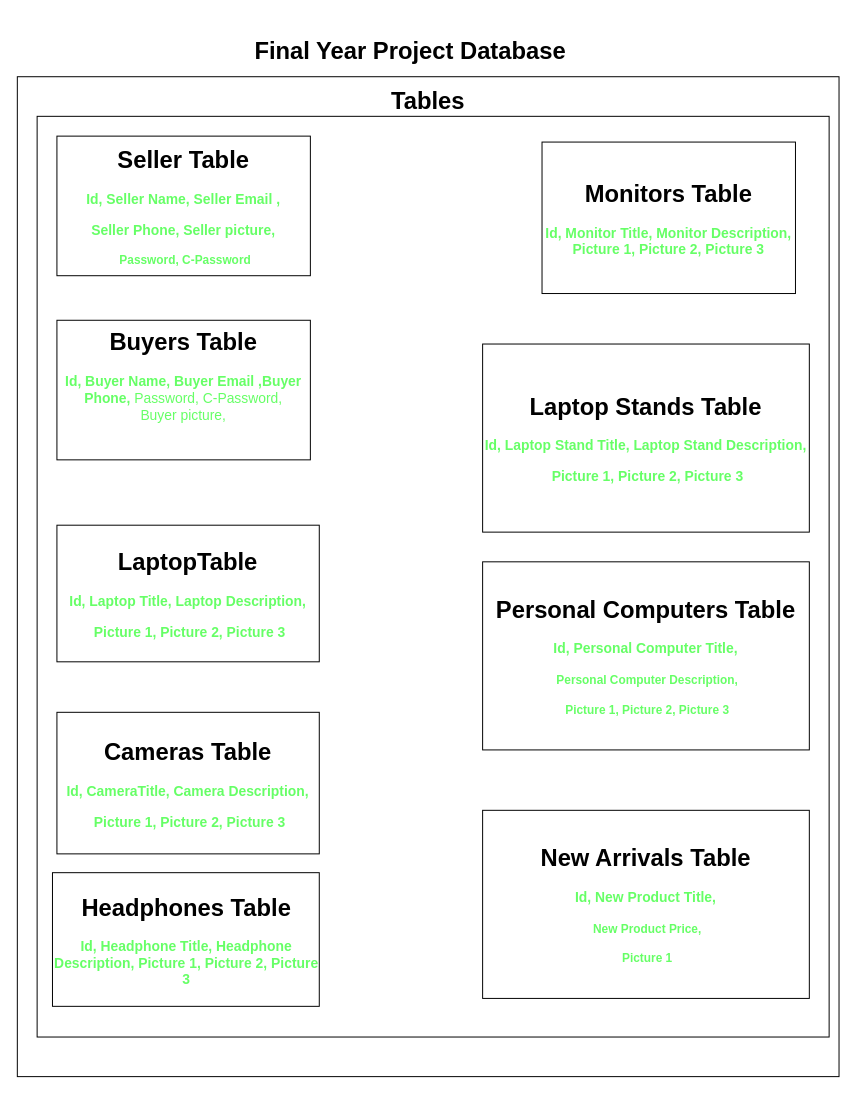
Earlier version of the draw.io diagram Designs/Database Design.drawio (ZAHIDKHATTAKCS/Final-Year-Unversity-Project). Source tidied: cells renumbered, new cells numbered last; positions are measured from the earlier drawing's top-left corner, leaving out a move shared by most shapes. Both pictures are drawn from the tidied source at 99%, with x=0, y=0 at pixel (17, 17).
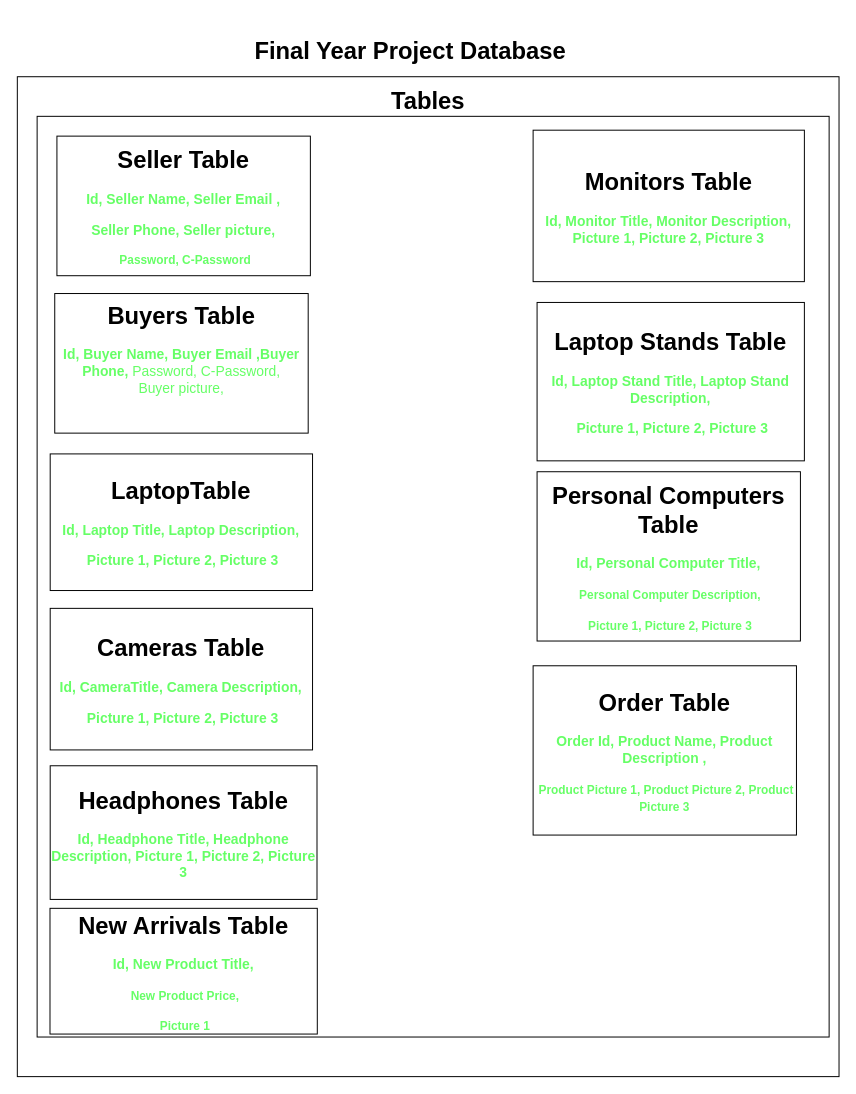
The same page after the edit.

What changed in the source:
```diff
@@
 <mxGraphModel>
   <root>
     <mxCell id="0" />
     <mxCell id="1" parent="0" />
     <mxCell id="2" style="whiteSpace=wrap;html=1;" parent="1" vertex="1">
       <mxGeometry y="60" width="830" height="1010" as="geometry" />
     </mxCell>
     <mxCell id="3" value="&lt;h1&gt;&lt;b&gt;Final Year Project Database&amp;nbsp;&lt;/b&gt;&lt;/h1&gt;" style="text;html=1;align=center;verticalAlign=middle;strokeColor=none;fillColor=none;" parent="1" vertex="1">
       <mxGeometry x="230" width="340" height="70" as="geometry" />
     </mxCell>
     <mxCell id="4" style="whiteSpace=wrap;html=1;" parent="1" vertex="1">
       <mxGeometry x="20" y="100" width="800" height="930" as="geometry" />
     </mxCell>
     <mxCell id="5" value="&lt;h1&gt;&lt;b&gt;Tables&lt;/b&gt;&lt;/h1&gt;" style="text;strokeColor=none;align=center;fillColor=none;html=1;verticalAlign=middle;whiteSpace=wrap;rounded=0;" parent="1" vertex="1">
       <mxGeometry x="385" y="70" width="60" height="30" as="geometry" />
     </mxCell>
     <mxCell id="6" value="&lt;h1&gt;&lt;b&gt;Seller Table&lt;/b&gt;&lt;/h1&gt;&lt;h3&gt;&lt;font color=&quot;#66ff66&quot;&gt;&lt;b style=&quot;&quot;&gt;Id, Seller Name, Seller Email ,&lt;/b&gt;&lt;/font&gt;&lt;/h3&gt;&lt;h3&gt;&lt;font color=&quot;#66ff66&quot;&gt;&lt;b style=&quot;&quot;&gt;Seller Phone,&amp;nbsp;&lt;/b&gt;Seller picture,&lt;/font&gt;&lt;/h3&gt;&lt;h3&gt;&lt;font color=&quot;#66ff66&quot;&gt;&amp;nbsp;&lt;b style=&quot;background-color: initial; font-size: 12px;&quot;&gt;Password,&amp;nbsp;&lt;/b&gt;&lt;b style=&quot;background-color: initial; font-size: 12px;&quot;&gt;C-Password&lt;/b&gt;&lt;/font&gt;&lt;/h3&gt;" style="whiteSpace=wrap;html=1;" parent="1" vertex="1">
       <mxGeometry x="40" y="120" width="256" height="141" as="geometry" />
     </mxCell>
     <mxCell id="7" value="&lt;h1&gt;&lt;b&gt;LaptopTable&lt;/b&gt;&lt;/h1&gt;&lt;h3&gt;&lt;font color=&quot;#66ff66&quot;&gt;&lt;b style=&quot;&quot;&gt;Id, Laptop Title, Laptop Description,&lt;/b&gt;&lt;/font&gt;&lt;/h3&gt;&lt;h3&gt;&lt;font color=&quot;#66ff66&quot;&gt;&lt;b style=&quot;&quot;&gt;&amp;nbsp;Picture 1, Picture 2, Picture 3&lt;/b&gt;&lt;/font&gt;&lt;/h3&gt;" style="whiteSpace=wrap;html=1;" parent="1" vertex="1">
-      <mxGeometry x="40" y="513" width="265" height="138" as="geometry" />
+      <mxGeometry x="33.2" y="441" width="265" height="138" as="geometry" />
     </mxCell>
     <mxCell id="8" value="&lt;h1&gt;Cameras Table&lt;/h1&gt;&lt;h3&gt;&lt;font color=&quot;#66ff66&quot;&gt;&lt;b style=&quot;&quot;&gt;Id, CameraTitle, Camera Description,&lt;/b&gt;&lt;/font&gt;&lt;/h3&gt;&lt;h3&gt;&lt;font color=&quot;#66ff66&quot;&gt;&lt;b style=&quot;&quot;&gt;&amp;nbsp;Picture 1, Picture 2, Picture 3&lt;/b&gt;&lt;/font&gt;&lt;/h3&gt;" style="whiteSpace=wrap;html=1;" parent="1" vertex="1">
-      <mxGeometry x="40" y="702" width="265" height="143" as="geometry" />
+      <mxGeometry x="33.2" y="597" width="265" height="143" as="geometry" />
     </mxCell>
     <mxCell id="9" value="&lt;h1&gt;&lt;b&gt;Headphones Table&lt;/b&gt;&lt;/h1&gt;&lt;h3&gt;&lt;font color=&quot;#66ff66&quot;&gt;&lt;b style=&quot;&quot;&gt;Id, Headphone Title, Headphone Description, Picture 1, Picture 2, Picture 3&lt;/b&gt;&lt;/font&gt;&lt;/h3&gt;" style="whiteSpace=wrap;html=1;" parent="1" vertex="1">
-      <mxGeometry x="35.5" y="864" width="269.5" height="135" as="geometry" />
+      <mxGeometry x="33.2" y="756" width="269.5" height="135" as="geometry" />
     </mxCell>
     <mxCell id="10" value="&lt;h1&gt;&lt;b&gt;Monitors Table&lt;/b&gt;&lt;/h1&gt;&lt;h3&gt;&lt;font color=&quot;#66ff66&quot;&gt;&lt;b style=&quot;&quot;&gt;Id, Monitor Title, Monitor Description, Picture 1, Picture 2, Picture 3&lt;/b&gt;&lt;/font&gt;&lt;/h3&gt;" style="whiteSpace=wrap;html=1;" parent="1" vertex="1">
-      <mxGeometry x="530" y="126" width="256" height="153" as="geometry" />
+      <mxGeometry x="521" y="114" width="274" height="153" as="geometry" />
     </mxCell>
     <mxCell id="11" value="&lt;h1&gt;&lt;b&gt;Personal Computers Table&lt;/b&gt;&lt;/h1&gt;&lt;h3&gt;&lt;font color=&quot;#66ff66&quot;&gt;&lt;b style=&quot;&quot;&gt;Id, Personal Computer Title,&lt;/b&gt;&lt;/font&gt;&lt;/h3&gt;&lt;h3&gt;&lt;b style=&quot;background-color: initial; color: rgb(102, 255, 102); font-size: 12px;&quot;&gt;&amp;nbsp;Personal Computer Description,&lt;/b&gt;&lt;/h3&gt;&lt;h3&gt;&lt;b style=&quot;background-color: initial; color: rgb(102, 255, 102); font-size: 12px;&quot;&gt;&amp;nbsp;Picture 1, Picture 2, Picture 3&lt;/b&gt;&lt;/h3&gt;" style="whiteSpace=wrap;html=1;" parent="1" vertex="1">
-      <mxGeometry x="470" y="550" width="330" height="190" as="geometry" />
+      <mxGeometry x="525" y="459" width="266" height="171" as="geometry" />
     </mxCell>
     <mxCell id="12" value="&lt;h1&gt;Laptop Stands Table&lt;/h1&gt;&lt;h3&gt;&lt;font color=&quot;#66ff66&quot;&gt;&lt;b style=&quot;&quot;&gt;Id, Laptop Stand Title, Laptop Stand Description,&lt;/b&gt;&lt;/font&gt;&lt;/h3&gt;&lt;h3&gt;&lt;font color=&quot;#66ff66&quot;&gt;&lt;b style=&quot;&quot;&gt;&amp;nbsp;Picture 1, Picture 2, Picture 3&lt;/b&gt;&lt;/font&gt;&lt;/h3&gt;" style="whiteSpace=wrap;html=1;" parent="1" vertex="1">
-      <mxGeometry x="470" y="330" width="330" height="190" as="geometry" />
+      <mxGeometry x="525" y="288" width="270" height="160" as="geometry" />
     </mxCell>
     <mxCell id="13" value="&lt;h1&gt;&lt;b&gt;New Arrivals Table&lt;/b&gt;&lt;/h1&gt;&lt;h3&gt;&lt;font color=&quot;#66ff66&quot;&gt;&lt;b style=&quot;&quot;&gt;Id, New Product Title,&lt;/b&gt;&lt;/font&gt;&lt;/h3&gt;&lt;h3&gt;&lt;b style=&quot;background-color: initial; color: rgb(102, 255, 102); font-size: 12px;&quot;&gt;&amp;nbsp;New Product Price,&lt;/b&gt;&lt;/h3&gt;&lt;h3&gt;&lt;b style=&quot;background-color: initial; color: rgb(102, 255, 102); font-size: 12px;&quot;&gt;&amp;nbsp;Picture 1&lt;/b&gt;&lt;/h3&gt;" style="whiteSpace=wrap;html=1;" parent="1" vertex="1">
-      <mxGeometry x="470" y="801" width="330" height="190" as="geometry" />
+      <mxGeometry x="33" y="900" width="270" height="127" as="geometry" />
     </mxCell>
     <mxCell id="14" value="&lt;h1&gt;&lt;b&gt;Buyers Table&lt;/b&gt;&lt;/h1&gt;&lt;h3&gt;&lt;font color=&quot;#66ff66&quot;&gt;&lt;b style=&quot;&quot;&gt;Id, Buyer Name, Buyer Email ,&lt;/b&gt;&lt;/font&gt;&lt;font style=&quot;background-color: initial; font-size: 14px; font-weight: normal;&quot; color=&quot;#66ff66&quot;&gt;&lt;b&gt;Buyer Phone,&amp;nbsp;&lt;/b&gt;&lt;/font&gt;&lt;span style=&quot;background-color: initial; font-size: 14px; font-weight: normal; color: rgb(102, 255, 102);&quot;&gt;Password,&amp;nbsp;&lt;/span&gt;&lt;span style=&quot;background-color: initial; font-size: 14px; font-weight: normal; color: rgb(102, 255, 102);&quot;&gt;C-Password, Buyer&lt;/span&gt;&lt;span style=&quot;background-color: initial; font-size: 14px; font-weight: normal; color: rgb(102, 255, 102);&quot;&gt;&amp;nbsp;picture,&lt;/span&gt;&lt;/h3&gt;&lt;h3&gt;&lt;font color=&quot;#66ff66&quot;&gt;&amp;nbsp;&lt;/font&gt;&lt;/h3&gt;" style="whiteSpace=wrap;html=1;" parent="1" vertex="1">
-      <mxGeometry x="40" y="306" width="256" height="141" as="geometry" />
+      <mxGeometry x="37.8" y="279" width="256" height="141" as="geometry" />
     </mxCell>
+    <mxCell id="15" value="&lt;h1&gt;&lt;b&gt;Order Table&lt;/b&gt;&lt;/h1&gt;&lt;h3&gt;&lt;font color=&quot;#66ff66&quot;&gt;&lt;b style=&quot;&quot;&gt;Order Id, Product Name, Product Description ,&lt;/b&gt;&lt;/font&gt;&lt;/h3&gt;&lt;h3&gt;&lt;b style=&quot;background-color: initial; color: rgb(102, 255, 102); font-size: 12px;&quot;&gt;&amp;nbsp;Product&amp;nbsp;&lt;/b&gt;&lt;b style=&quot;background-color: initial; color: rgb(102, 255, 102); font-size: 12px;&quot;&gt;Picture 1, Product Picture 2, Product Picture 3&lt;/b&gt;&lt;/h3&gt;" style="whiteSpace=wrap;html=1;" parent="1" vertex="1">
+      <mxGeometry x="521" y="655" width="266" height="171" as="geometry" />
+    </mxCell>
   </root>
 </mxGraphModel>
```
